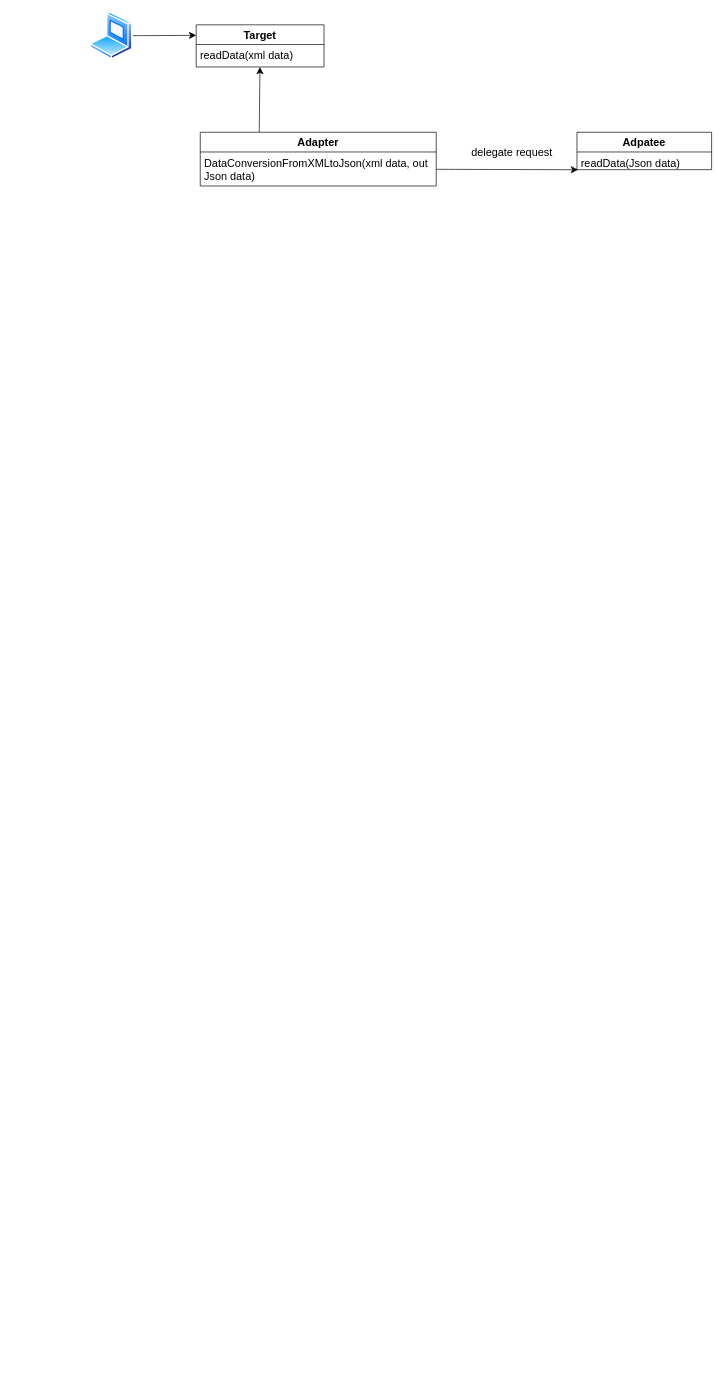
Earlier version of the draw.io diagram Adapter Pattern/Adapter Patter.drawio (Yashasvishukla/DesignPatterns). Source tidied: cells renumbered, new cells numbered last; positions are measured from the earlier drawing's top-left corner, leaving out a move shared by most shapes. Both pictures are drawn from the tidied source at 68%, with x=0, y=0 at pixel (90, 12).
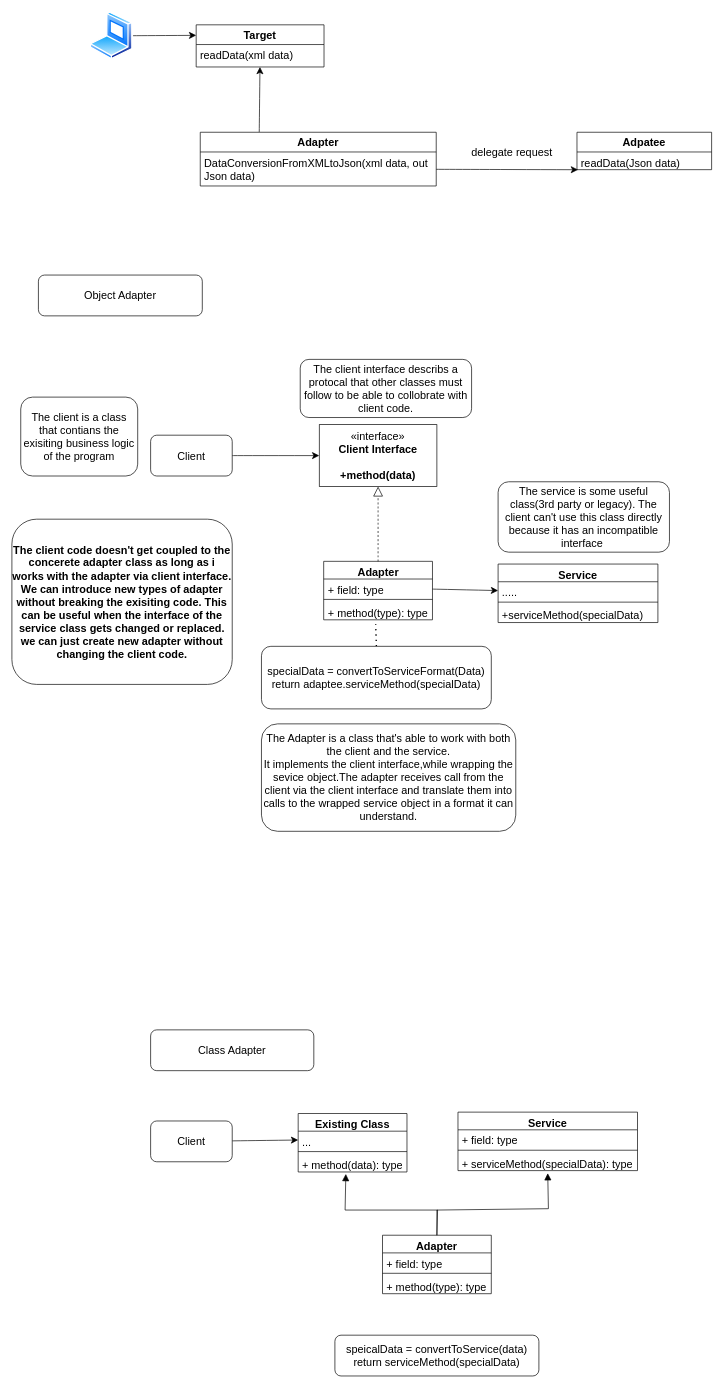
The same page after the edit.

Diff of the diagram source:
```diff
@@
+    <mxCell id="13" value="«interface»&lt;br&gt;&lt;b&gt;Client Interface&lt;br&gt;&lt;br&gt;+method(data)&lt;br&gt;&lt;/b&gt;" style="html=1;whiteSpace=wrap;fontSize=16;" parent="1" vertex="1">
+      <mxGeometry x="337" y="607" width="173" height="91" as="geometry" />
+    </mxCell>
+    <mxCell id="14" style="edgeStyle=none;curved=1;rounded=0;jettySize=auto;html=1;fontSize=12;startSize=8;endSize=8;" parent="1" edge="1" source="15" target="13">
+      <mxGeometry relative="1" as="geometry" />
+    </mxCell>
+    <mxCell id="15" value="Client" style="rounded=1;whiteSpace=wrap;html=1;fontSize=16;" parent="1" vertex="1">
+      <mxGeometry x="89" y="622.5" width="120" height="60" as="geometry" />
+    </mxCell>
+    <mxCell id="16" value="Adapter" style="swimlane;fontStyle=1;align=center;verticalAlign=top;horizontal=1;startSize=26;whiteSpace=wrap;html=1;fontSize=16;" parent="1" vertex="1">
+      <mxGeometry x="343.5" y="808" width="160" height="86" as="geometry" />
+    </mxCell>
+    <mxCell id="17" value="+ field: type" style="text;strokeColor=none;fillColor=none;align=left;verticalAlign=top;spacingLeft=4;spacingRight=4;overflow=hidden;points=[[0,0.5],[1,0.5]];portConstraint=eastwest;whiteSpace=wrap;html=1;fontSize=16;" parent="16" vertex="1">
+      <mxGeometry y="26" width="160" height="26" as="geometry" />
+    </mxCell>
+    <mxCell id="18" style="line;strokeWidth=1;fillColor=none;align=left;verticalAlign=middle;spacingTop=-1;spacingLeft=3;spacingRight=3;labelPosition=right;strokeColor=inherit;fontSize=16;" parent="16" vertex="1">
+      <mxGeometry y="52" width="160" height="8" as="geometry" />
+    </mxCell>
+    <mxCell id="19" value="+ method(type): type" style="text;strokeColor=none;fillColor=none;align=left;verticalAlign=top;spacingLeft=4;spacingRight=4;overflow=hidden;whiteSpace=wrap;html=1;fontSize=16;" parent="16" vertex="1">
+      <mxGeometry y="60" width="160" height="26" as="geometry" />
+    </mxCell>
+    <mxCell id="20" style="endArrow=block;dashed=1;endFill=0;endSize=12;html=1;rounded=0;fontSize=12;curved=1;entryX=0.5;entryY=1;entryDx=0;entryDy=0;exitX=0.5;exitY=0;exitDx=0;exitDy=0;" parent="1" edge="1" source="16" target="13">
+      <mxGeometry relative="1" as="geometry" />
+    </mxCell>
+    <mxCell id="21" value="Service" style="swimlane;fontStyle=1;align=center;verticalAlign=top;horizontal=1;startSize=26;whiteSpace=wrap;html=1;fontSize=16;" parent="1" vertex="1">
+      <mxGeometry x="600" y="812" width="235" height="86" as="geometry" />
+    </mxCell>
+    <mxCell id="22" value="....." style="text;strokeColor=none;fillColor=none;align=left;verticalAlign=top;spacingLeft=4;spacingRight=4;overflow=hidden;points=[[0,0.5],[1,0.5]];portConstraint=eastwest;whiteSpace=wrap;html=1;fontSize=16;" parent="21" vertex="1">
+      <mxGeometry y="26" width="235" height="26" as="geometry" />
+    </mxCell>
+    <mxCell id="23" style="line;strokeWidth=1;fillColor=none;align=left;verticalAlign=middle;spacingTop=-1;spacingLeft=3;spacingRight=3;labelPosition=right;strokeColor=inherit;fontSize=16;" parent="21" vertex="1">
+      <mxGeometry y="52" width="235" height="8" as="geometry" />
+    </mxCell>
+    <mxCell id="24" value="+serviceMethod(specialData)" style="text;strokeColor=none;fillColor=none;align=left;verticalAlign=top;spacingLeft=4;spacingRight=4;overflow=hidden;whiteSpace=wrap;html=1;fontSize=16;" parent="21" vertex="1">
+      <mxGeometry y="60" width="235" height="26" as="geometry" />
+    </mxCell>
+    <mxCell id="25" style="edgeStyle=none;curved=1;rounded=0;jettySize=auto;html=1;entryX=0;entryY=0.5;entryDx=0;entryDy=0;fontSize=12;startSize=8;endSize=8;" parent="1" edge="1" source="17" target="22">
+      <mxGeometry relative="1" as="geometry" />
+    </mxCell>
+    <mxCell id="26" style="endArrow=none;dashed=1;html=1;dashPattern=1 3;strokeWidth=2;rounded=0;fontSize=12;startSize=8;endSize=8;curved=1;exitX=0.5;exitY=0;exitDx=0;exitDy=0;" parent="1" edge="1" source="27">
+      <mxGeometry relative="1" as="geometry">
+        <mxPoint x="420" y="900" as="targetPoint" />
+      </mxGeometry>
+    </mxCell>
+    <mxCell id="27" value="specialData = convertToServiceFormat(Data)&lt;br&gt;return adaptee.serviceMethod(specialData)" style="rounded=1;whiteSpace=wrap;html=1;fontSize=16;" parent="1" vertex="1">
+      <mxGeometry x="252" y="933" width="338" height="92" as="geometry" />
+    </mxCell>
+    <mxCell id="28" value="The client is a class that contians the exisiting business logic of the program" style="rounded=1;whiteSpace=wrap;html=1;fontSize=16;" parent="1" vertex="1">
+      <mxGeometry x="-102" y="566.5" width="172" height="116" as="geometry" />
+    </mxCell>
+    <mxCell id="29" value="The client interface describs a protocal that other classes must follow to be able to collobrate with client code." style="rounded=1;whiteSpace=wrap;html=1;fontSize=16;" parent="1" vertex="1">
+      <mxGeometry x="309" y="511" width="252" height="85.5" as="geometry" />
+    </mxCell>
+    <mxCell id="30" value="The service is some useful class(3rd party or legacy). The client can't use this class directly because it has an incompatible interface&amp;nbsp;" style="rounded=1;whiteSpace=wrap;html=1;fontSize=16;" parent="1" vertex="1">
+      <mxGeometry x="600" y="691" width="252" height="103.5" as="geometry" />
+    </mxCell>
+    <mxCell id="31" value="The Adapter is a class that's able to work with both the client and the service.&lt;br&gt;It implements the client interface,while wrapping the sevice object.The adapter receives call from the client via the client interface and translate them into calls to the wrapped service object in a format it can understand." style="rounded=1;whiteSpace=wrap;html=1;fontSize=16;" parent="1" vertex="1">
+      <mxGeometry x="252" y="1047" width="374" height="158" as="geometry" />
+    </mxCell>
+    <mxCell id="32" value="&lt;b&gt;The client code doesn't get coupled to the concerete adapter class as long as i works with the adapter via client interface.&lt;br&gt;We can introduce new types of adapter without breaking the exisiting code. This can be useful when the interface of the service class gets changed or replaced. we can just create new adapter without changing the client code.&lt;/b&gt;" style="rounded=1;whiteSpace=wrap;html=1;fontSize=16;" parent="1" vertex="1">
+      <mxGeometry x="-115" y="746" width="324" height="243" as="geometry" />
+    </mxCell>
+    <mxCell id="33" value="Object Adapter" style="rounded=1;whiteSpace=wrap;html=1;fontSize=16;" parent="1" vertex="1">
+      <mxGeometry x="-76" y="387" width="241" height="60" as="geometry" />
+    </mxCell>
+    <mxCell id="34" value="Class Adapter" style="rounded=1;whiteSpace=wrap;html=1;fontSize=16;" parent="1" vertex="1">
+      <mxGeometry x="89" y="1497" width="240" height="60" as="geometry" />
+    </mxCell>
+    <mxCell id="35" value="Existing Class" style="swimlane;fontStyle=1;align=center;verticalAlign=top;horizontal=1;startSize=26;whiteSpace=wrap;html=1;fontSize=16;" parent="1" vertex="1">
+      <mxGeometry x="306" y="1620" width="160" height="86" as="geometry" />
+    </mxCell>
+    <mxCell id="36" value="..." style="text;strokeColor=none;fillColor=none;align=left;verticalAlign=top;spacingLeft=4;spacingRight=4;overflow=hidden;points=[[0,0.5],[1,0.5]];portConstraint=eastwest;whiteSpace=wrap;html=1;fontSize=16;" parent="35" vertex="1">
+      <mxGeometry y="26" width="160" height="26" as="geometry" />
+    </mxCell>
+    <mxCell id="37" style="line;strokeWidth=1;fillColor=none;align=left;verticalAlign=middle;spacingTop=-1;spacingLeft=3;spacingRight=3;labelPosition=right;strokeColor=inherit;fontSize=16;" parent="35" vertex="1">
+      <mxGeometry y="52" width="160" height="8" as="geometry" />
+    </mxCell>
+    <mxCell id="38" value="+ method(data): type" style="text;strokeColor=none;fillColor=none;align=left;verticalAlign=top;spacingLeft=4;spacingRight=4;overflow=hidden;points=[[0,0.5],[1,0.5]];portConstraint=eastwest;whiteSpace=wrap;html=1;fontSize=16;" parent="35" vertex="1">
+      <mxGeometry y="60" width="160" height="26" as="geometry" />
+    </mxCell>
+    <mxCell id="39" value="Service" style="swimlane;fontStyle=1;align=center;verticalAlign=top;horizontal=1;startSize=26;whiteSpace=wrap;html=1;fontSize=16;" parent="1" vertex="1">
+      <mxGeometry x="541" y="1618" width="264" height="86" as="geometry" />
+    </mxCell>
+    <mxCell id="40" value="+ field: type" style="text;strokeColor=none;fillColor=none;align=left;verticalAlign=top;spacingLeft=4;spacingRight=4;overflow=hidden;whiteSpace=wrap;html=1;fontSize=16;" parent="39" vertex="1">
+      <mxGeometry y="26" width="264" height="26" as="geometry" />
+    </mxCell>
+    <mxCell id="41" style="line;strokeWidth=1;fillColor=none;align=left;verticalAlign=middle;spacingTop=-1;spacingLeft=3;spacingRight=3;labelPosition=right;strokeColor=inherit;fontSize=16;" parent="39" vertex="1">
+      <mxGeometry y="52" width="264" height="8" as="geometry" />
+    </mxCell>
+    <mxCell id="42" value="+ serviceMethod(specialData): type" style="text;strokeColor=none;fillColor=none;align=left;verticalAlign=top;spacingLeft=4;spacingRight=4;overflow=hidden;points=[[0,0.5],[1,0.5]];portConstraint=eastwest;whiteSpace=wrap;html=1;fontSize=16;" parent="39" vertex="1">
+      <mxGeometry y="60" width="264" height="26" as="geometry" />
+    </mxCell>
+    <mxCell id="43" style="edgeStyle=none;curved=1;rounded=0;jettySize=auto;html=1;entryX=0;entryY=0.5;entryDx=0;entryDy=0;fontSize=12;startSize=8;endSize=8;" parent="1" edge="1" source="44" target="36">
+      <mxGeometry relative="1" as="geometry" />
+    </mxCell>
+    <mxCell id="44" value="Client" style="rounded=1;whiteSpace=wrap;html=1;fontSize=16;" parent="1" vertex="1">
+      <mxGeometry x="89" y="1631" width="120" height="60" as="geometry" />
+    </mxCell>
+    <mxCell id="45" value="Adapter" style="swimlane;fontStyle=1;align=center;verticalAlign=top;horizontal=1;startSize=26;whiteSpace=wrap;html=1;fontSize=16;" parent="1" vertex="1">
+      <mxGeometry x="430" y="1799" width="160" height="86" as="geometry" />
+    </mxCell>
+    <mxCell id="46" value="+ field: type" style="text;strokeColor=none;fillColor=none;align=left;verticalAlign=top;spacingLeft=4;spacingRight=4;overflow=hidden;whiteSpace=wrap;html=1;fontSize=16;" parent="45" vertex="1">
+      <mxGeometry y="26" width="160" height="26" as="geometry" />
+    </mxCell>
+    <mxCell id="47" style="line;strokeWidth=1;fillColor=none;align=left;verticalAlign=middle;spacingTop=-1;spacingLeft=3;spacingRight=3;labelPosition=right;strokeColor=inherit;fontSize=16;" parent="45" vertex="1">
+      <mxGeometry y="52" width="160" height="8" as="geometry" />
+    </mxCell>
+    <mxCell id="48" value="+ method(type): type" style="text;strokeColor=none;fillColor=none;align=left;verticalAlign=top;spacingLeft=4;spacingRight=4;overflow=hidden;whiteSpace=wrap;html=1;fontSize=16;" parent="45" vertex="1">
+      <mxGeometry y="60" width="160" height="26" as="geometry" />
+    </mxCell>
+    <mxCell id="49" style="endArrow=block;endFill=1;html=1;align=left;verticalAlign=top;rounded=0;fontSize=12;startSize=8;endSize=8;exitX=0.5;exitY=0;exitDx=0;exitDy=0;entryX=0.438;entryY=1.111;entryDx=0;entryDy=0;entryPerimeter=0;" parent="1" edge="1" source="45" target="38">
+      <mxGeometry x="-1" relative="1" as="geometry">
+        <Array as="points">
+          <mxPoint x="511" y="1762" />
+          <mxPoint x="375" y="1762" />
+        </Array>
+      </mxGeometry>
+    </mxCell>
+    <mxCell id="50" style="endArrow=block;endFill=1;html=1;align=left;verticalAlign=top;rounded=0;fontSize=12;startSize=8;endSize=8;exitX=0.5;exitY=0;exitDx=0;exitDy=0;entryX=0.5;entryY=1.145;entryDx=0;entryDy=0;entryPerimeter=0;strokeColor=default;" parent="1" edge="1" source="45" target="42">
+      <mxGeometry x="-1" relative="1" as="geometry">
+        <Array as="points">
+          <mxPoint x="510" y="1762" />
+          <mxPoint x="674" y="1760" />
+        </Array>
+      </mxGeometry>
+    </mxCell>
+    <mxCell id="51" value="speicalData = convertToService(data)&lt;br&gt;return serviceMethod(specialData)" style="rounded=1;whiteSpace=wrap;html=1;fontSize=16;" parent="1" vertex="1">
+      <mxGeometry x="360" y="1946" width="300" height="60" as="geometry" />
+    </mxCell>
```
